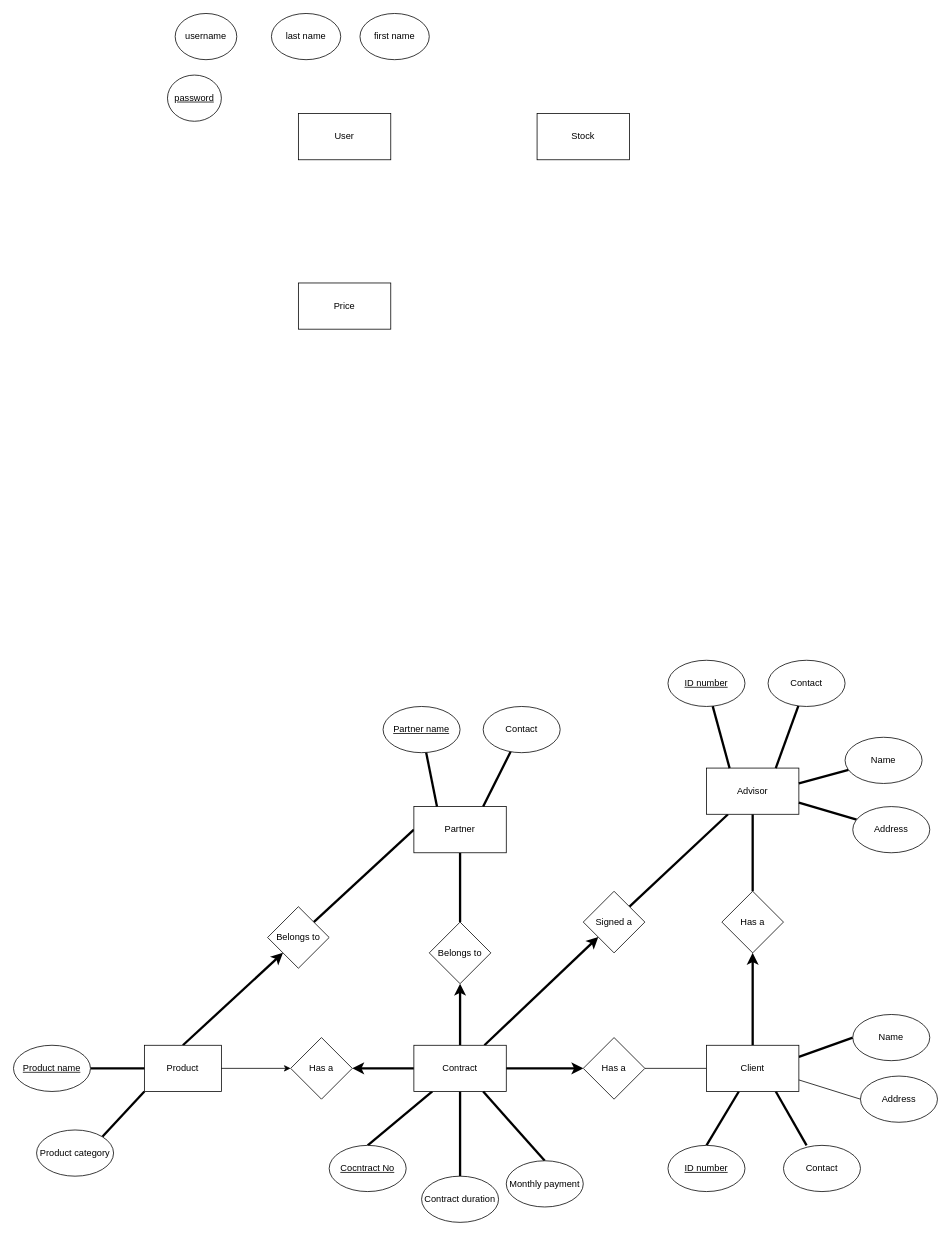
Okibaba/stock-viz-backend-flask keeps this draw.io diagram as db design/db-diagram.drawio. Above is the earlier version. Source tidied: cells renumbered, new cells numbered last; positions are measured from the earlier drawing's top-left corner, leaving out a move shared by most shapes. Both pictures are drawn from the tidied source at 77%, with x=0, y=0 at pixel (13, 13).
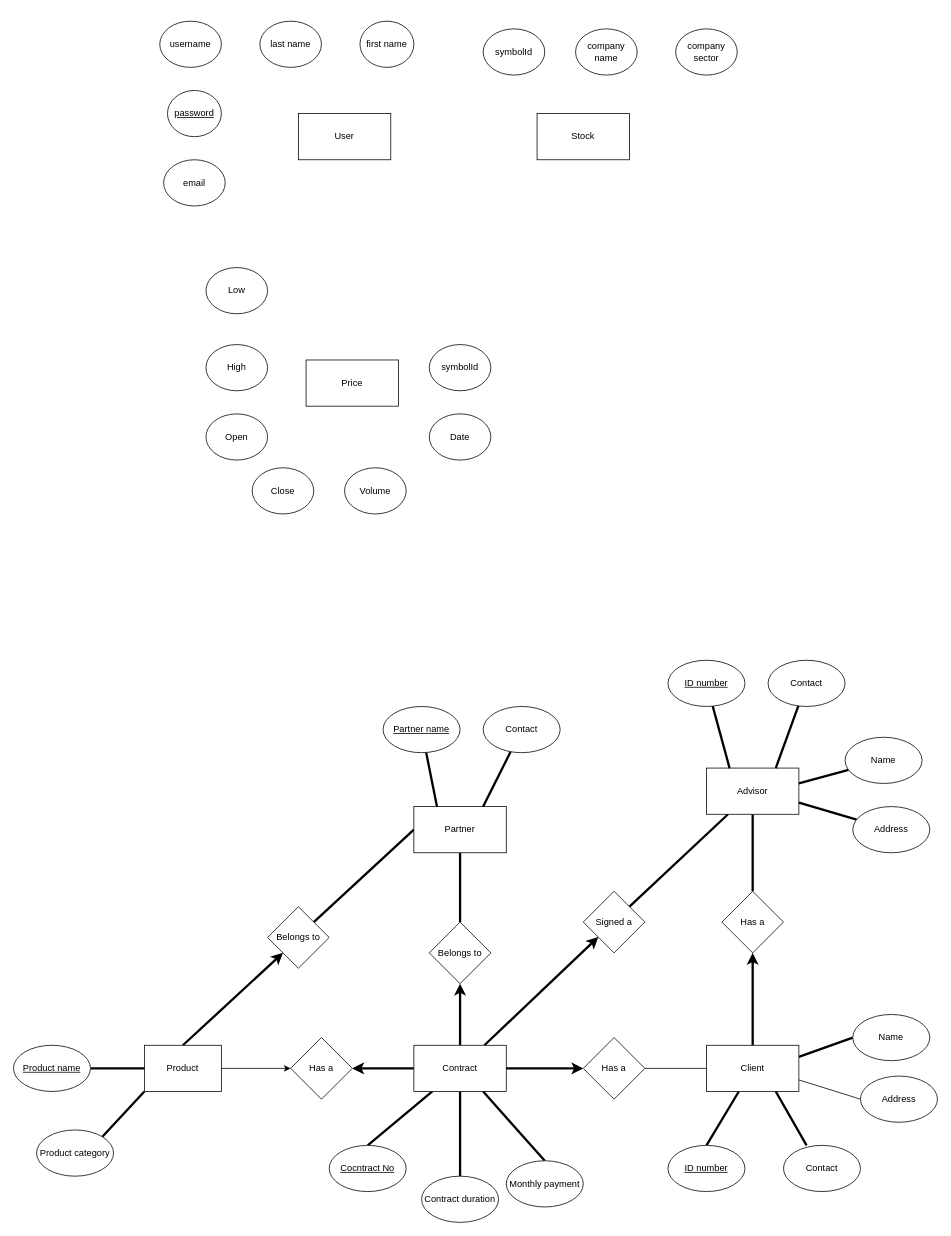
The same diagram, later.

Commit message:
updating database model

What changed in the source:
```diff
@@
     <mxCell id="55" value="Price" style="whiteSpace=wrap;html=1;" parent="1" vertex="1">
-      <mxGeometry x="370" y="350" width="120" height="60" as="geometry" />
+      <mxGeometry x="380" y="450" width="120" height="60" as="geometry" />
     </mxCell>
@@
     <mxCell id="58" value="first name" style="ellipse;whiteSpace=wrap;html=1;" parent="1" vertex="1">
-      <mxGeometry x="450" width="90" height="60" as="geometry" />
+      <mxGeometry x="450" y="10" width="70" height="60" as="geometry" />
     </mxCell>
     <mxCell id="59" value="last name" style="ellipse;whiteSpace=wrap;html=1;" parent="1" vertex="1">
-      <mxGeometry x="335" width="90" height="60" as="geometry" />
+      <mxGeometry x="320" y="10" width="80" height="60" as="geometry" />
     </mxCell>
     <mxCell id="60" value="&lt;u&gt;password&lt;/u&gt;" style="ellipse;whiteSpace=wrap;html=1;" parent="1" vertex="1">
-      <mxGeometry x="200" y="80" width="70" height="60" as="geometry" />
+      <mxGeometry x="200" y="100" width="70" height="60" as="geometry" />
     </mxCell>
     <mxCell id="61" value="username" style="ellipse;whiteSpace=wrap;html=1;" parent="1" vertex="1">
-      <mxGeometry x="210" width="80" height="60" as="geometry" />
+      <mxGeometry x="190" y="10" width="80" height="60" as="geometry" />
     </mxCell>
+    <mxCell id="62" value="company name" style="ellipse;whiteSpace=wrap;html=1;" parent="1" vertex="1">
+      <mxGeometry x="730" y="20" width="80" height="60" as="geometry" />
+    </mxCell>
+    <mxCell id="63" value="company sector" style="ellipse;whiteSpace=wrap;html=1;" parent="1" vertex="1">
+      <mxGeometry x="860" y="20" width="80" height="60" as="geometry" />
+    </mxCell>
+    <mxCell id="64" value="Open" style="ellipse;whiteSpace=wrap;html=1;" parent="1" vertex="1">
+      <mxGeometry x="250" y="520" width="80" height="60" as="geometry" />
+    </mxCell>
+    <mxCell id="65" value="Close" style="ellipse;whiteSpace=wrap;html=1;" parent="1" vertex="1">
+      <mxGeometry x="310" y="590" width="80" height="60" as="geometry" />
+    </mxCell>
+    <mxCell id="66" value="Date" style="ellipse;whiteSpace=wrap;html=1;" parent="1" vertex="1">
+      <mxGeometry x="540" y="520" width="80" height="60" as="geometry" />
+    </mxCell>
+    <mxCell id="67" value="email" style="ellipse;whiteSpace=wrap;html=1;" parent="1" vertex="1">
+      <mxGeometry x="195" y="190" width="80" height="60" as="geometry" />
+    </mxCell>
+    <mxCell id="68" value="Low" style="ellipse;whiteSpace=wrap;html=1;" parent="1" vertex="1">
+      <mxGeometry x="250" y="330" width="80" height="60" as="geometry" />
+    </mxCell>
+    <mxCell id="69" value="High" style="ellipse;whiteSpace=wrap;html=1;" parent="1" vertex="1">
+      <mxGeometry x="250" y="430" width="80" height="60" as="geometry" />
+    </mxCell>
+    <mxCell id="70" value="symbolId" style="ellipse;whiteSpace=wrap;html=1;" parent="1" vertex="1">
+      <mxGeometry x="540" y="430" width="80" height="60" as="geometry" />
+    </mxCell>
+    <mxCell id="71" value="Volume" style="ellipse;whiteSpace=wrap;html=1;" parent="1" vertex="1">
+      <mxGeometry x="430" y="590" width="80" height="60" as="geometry" />
+    </mxCell>
+    <mxCell id="72" value="symbolId" style="ellipse;whiteSpace=wrap;html=1;" parent="1" vertex="1">
+      <mxGeometry x="610" y="20" width="80" height="60" as="geometry" />
+    </mxCell>
```
